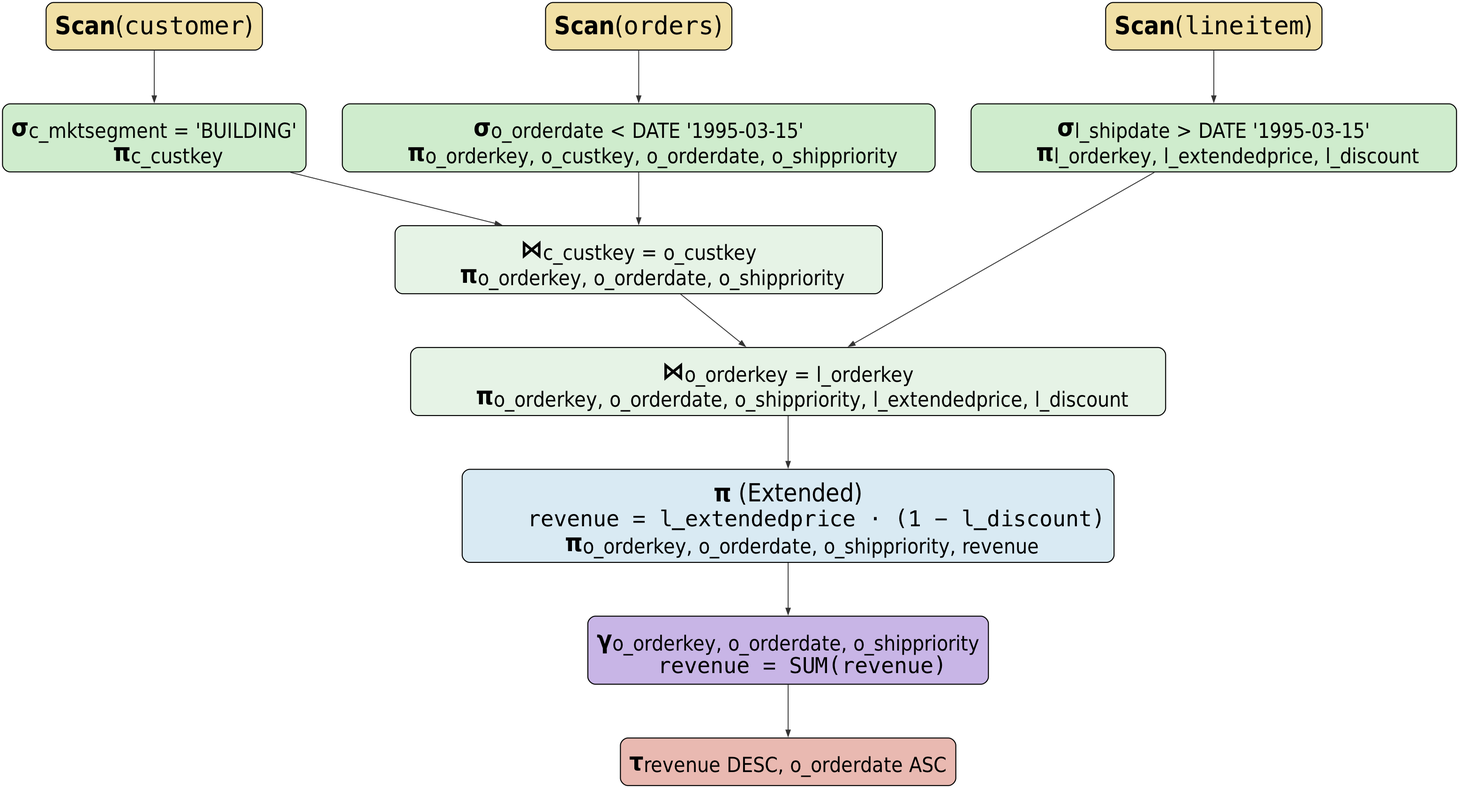
The Graphviz diagram TPC-H Q3.png in nd-tung/TCP-H_Query_Plan, before a commit. Its source is kept beside it as TPC-H Q3.dot. Source of this version:
```dot
digraph TPC_H_Q3_Plan {
    rankdir=TB;
    nodesep=0.8;
    ranksep=1.2;
    graph [fontname="DejaVu Sans", fontsize=18];
    node  [shape=box, style="rounded,filled", fontname="DejaVu Sans", fontsize=40, penwidth=1.6, margin=0.2];
    edge  [arrowhead=normal, penwidth=1.4, color="#333333"];

    node [fillcolor="#F1E0A6"];
    C [label=<<B>Scan</B>(<FONT FACE="monospace">customer</FONT>)>];
    O [label=<<B>Scan</B>(<FONT FACE="monospace">orders</FONT>)>];
    L [label=<<B>Scan</B>(<FONT FACE="monospace">lineitem</FONT>)>];

    node [fillcolor="#CFECCD"];
    C1 [label=<<B>&sigma;</B><sub>c_mktsegment = 'BUILDING'</sub><BR/>
        <B>&pi;</B><sub>c_custkey</sub>
    >];

    O1 [label=<<B>&sigma;</B><sub>o_orderdate &lt; DATE '1995-03-15'</sub><BR/>
        <B>&pi;</B><sub>o_orderkey, o_custkey, o_orderdate, o_shippriority</sub>
    >];

    L1 [label=<<B>&sigma;</B><sub>l_shipdate &gt; DATE '1995-03-15'</sub><BR/>
        <B>&pi;</B><sub>l_orderkey, l_extendedprice, l_discount</sub>
    >];

    node [fillcolor="#E6F3E6"];
    JCO [label=<<B>⋈</B><sub>c_custkey = o_custkey</sub><BR/>
        <B>&pi;</B><sub>o_orderkey, o_orderdate, o_shippriority</sub>
    >];

    J [label=<<B>⋈</B><sub>o_orderkey = l_orderkey</sub><BR/>
        <B>&pi;</B><sub>o_orderkey, o_orderdate, o_shippriority, l_extendedprice, l_discount</sub>
    >];

    node [fillcolor="#D9EAF3"];
    E [label=<<B>&pi;</B> (Extended)<BR/>
        <FONT POINT-SIZE="35" FACE="monospace">revenue = l_extendedprice &middot; (1 - l_discount)</FONT><BR/>
        <B>&pi;</B><sub>o_orderkey, o_orderdate, o_shippriority, revenue</sub>
    >];

    node [fillcolor="#C8B5E6"];
    G [label=<<B>&gamma;</B><sub>o_orderkey, o_orderdate, o_shippriority</sub><BR/>
        <FONT POINT-SIZE="35" FACE="monospace">revenue = SUM(revenue)</FONT>
    >];

    node [fillcolor="#E9B9B1"];
    Sort [label=<<B>&tau;</B><sub>revenue DESC, o_orderdate ASC</sub>>];

    C -> C1;
    O -> O1;
    L -> L1;

    C1 -> JCO;
    O1 -> JCO;

    JCO -> J;
    L1 -> J;

    J -> E;
    E -> G;
    G -> Sort;

    { rank=same; C; O; L; }
    { rank=same; C1; O1; L1; }
}
```
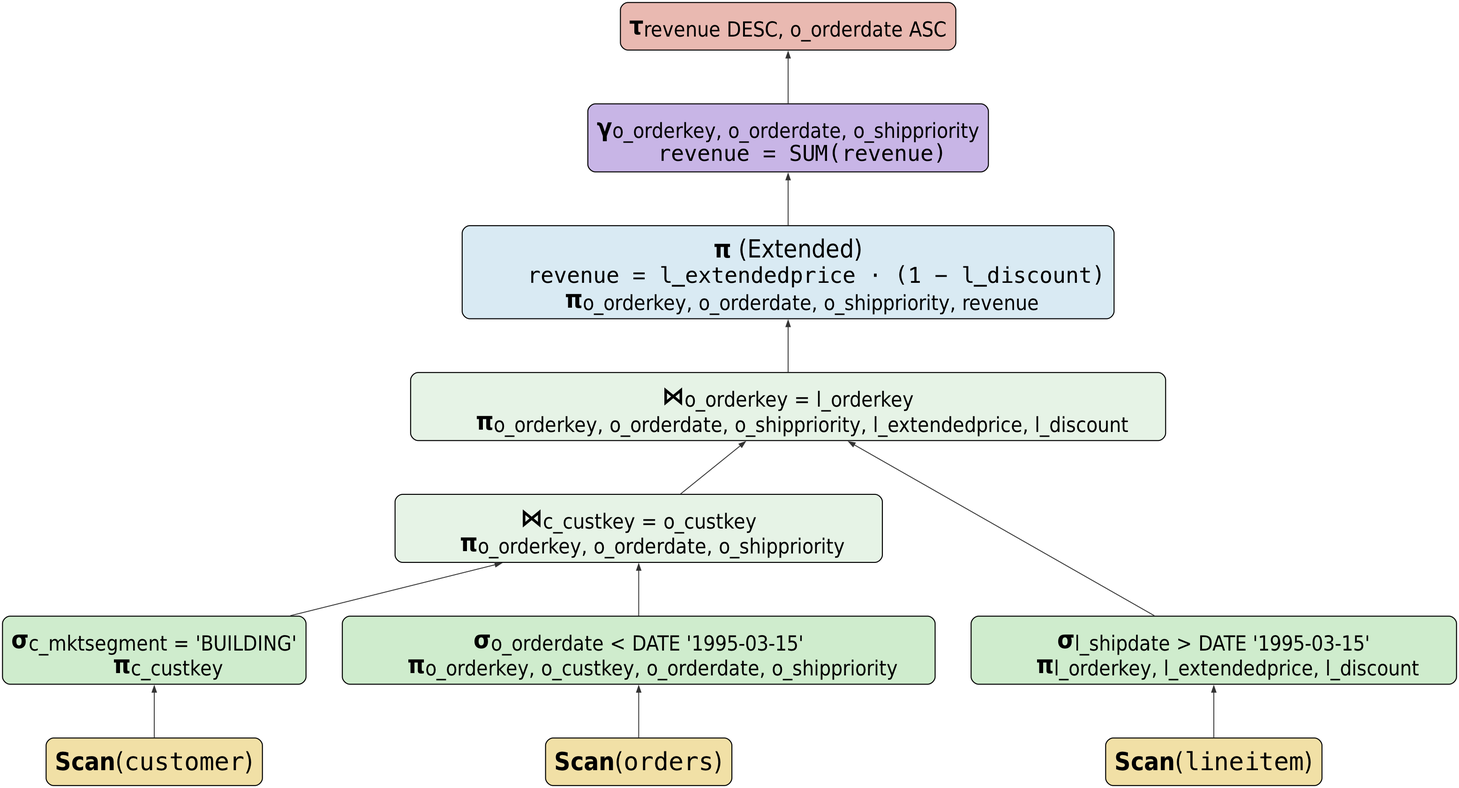
The same diagram one commit later.

What changed in the source:
```diff
@@ -1,5 +1,5 @@
 digraph TPC_H_Q3_Plan {
-    rankdir=TB;
+    rankdir=BT;
     nodesep=0.8;
     ranksep=1.2;
     graph [fontname="DejaVu Sans", fontsize=18];
```
